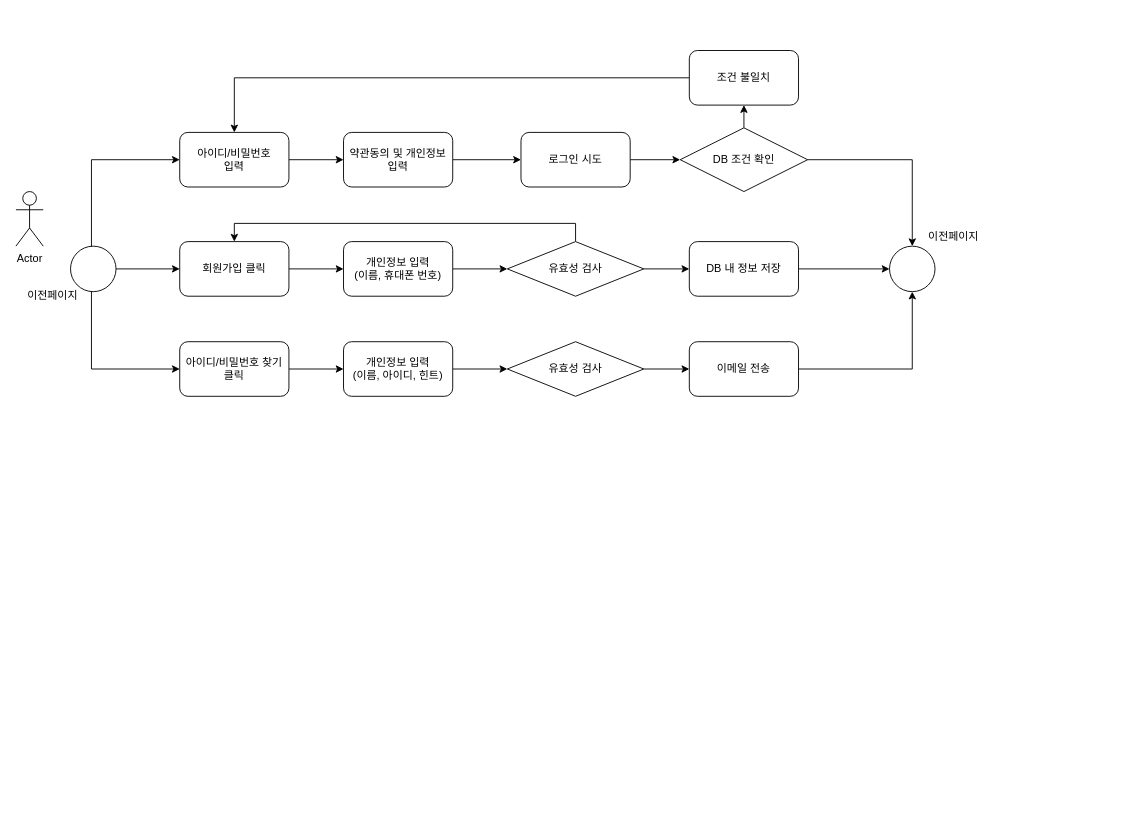
Before: login_diagram.drawio in What-The-Pork/meeting-log, a draw.io diagram. Source tidied: cells renumbered, new cells numbered last; positions are measured from the earlier drawing's top-left corner, leaving out a move shared by most shapes. Both pictures are drawn from the tidied source at 91%, with x=0, y=0 at pixel (15, 50).
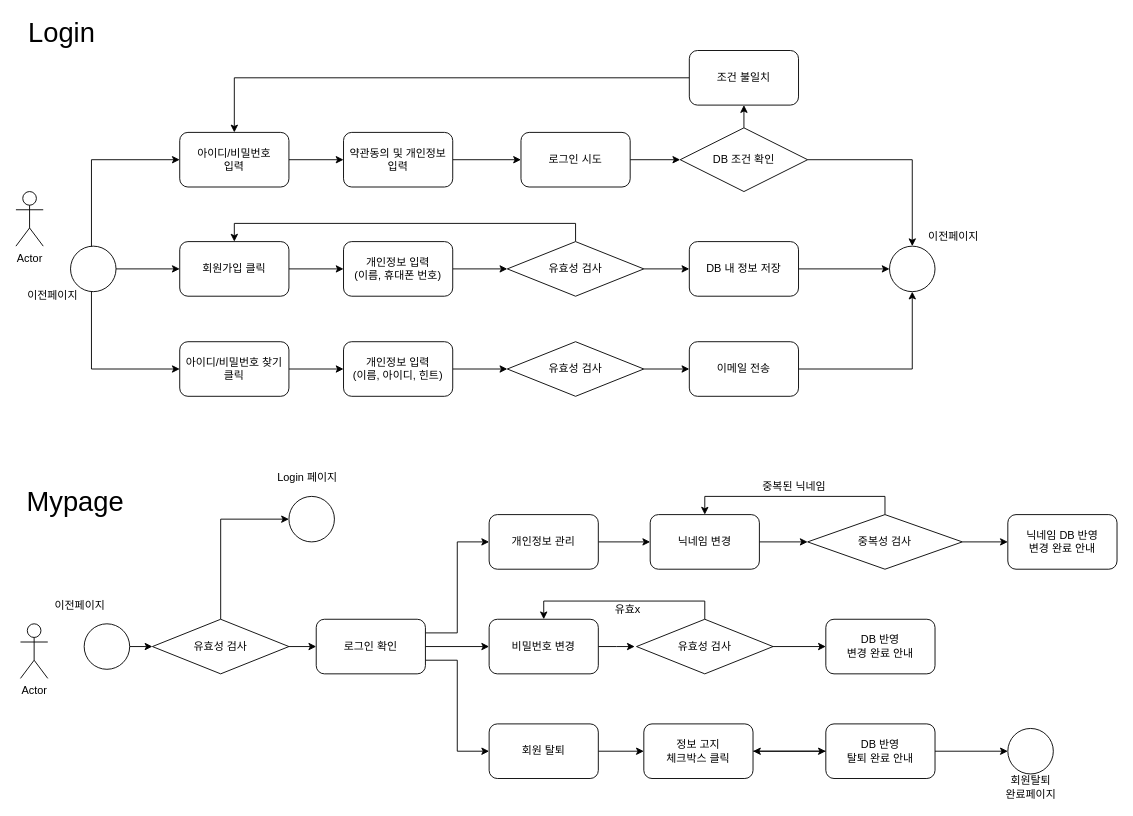
After the change.

Commit message:
login & mypage

What changed in the source:
```diff
@@
+    <mxCell id="38" value="&lt;font style=&quot;font-size: 30px&quot;&gt;Login&lt;/font&gt;" style="text;html=1;align=center;verticalAlign=middle;strokeColor=none;" parent="1" vertex="1">
+      <mxGeometry x="5" y="-35" width="90" height="30" as="geometry" />
+    </mxCell>
+    <mxCell id="39" value="&lt;span style=&quot;font-size: 30px&quot;&gt;Mypage&lt;/span&gt;" style="text;html=1;align=center;verticalAlign=middle;strokeColor=none;" parent="1" vertex="1">
+      <mxGeometry x="5" y="480" width="120" height="30" as="geometry" />
+    </mxCell>
+    <mxCell id="40" value="Actor" style="shape=umlActor;verticalLabelPosition=bottom;verticalAlign=top;html=1;" parent="1" vertex="1">
+      <mxGeometry x="5" y="630" width="30" height="60" as="geometry" />
+    </mxCell>
+    <mxCell id="41" style="edgeStyle=orthogonalEdgeStyle;rounded=0;jettySize=auto;html=1;exitX=1;exitY=0.5;exitDx=0;exitDy=0;entryX=0;entryY=0.5;entryDx=0;entryDy=0;" parent="1" edge="1" source="42" target="47">
+      <mxGeometry relative="1" as="geometry" />
+    </mxCell>
+    <mxCell id="42" style="ellipse;whiteSpace=wrap;html=1;" parent="1" vertex="1">
+      <mxGeometry x="75" y="630" width="50" height="50" as="geometry" />
+    </mxCell>
+    <mxCell id="43" style="edgeStyle=orthogonalEdgeStyle;rounded=0;jettySize=auto;html=1;exitX=1;exitY=0.5;exitDx=0;exitDy=0;entryX=0;entryY=0.5;entryDx=0;entryDy=0;" parent="1" edge="1" source="44" target="60">
+      <mxGeometry relative="1" as="geometry" />
+    </mxCell>
+    <mxCell id="44" value="개인정보 관리" style="rounded=1;whiteSpace=wrap;html=1;" parent="1" vertex="1">
+      <mxGeometry x="520" y="510" width="120" height="60" as="geometry" />
+    </mxCell>
+    <mxCell id="45" style="edgeStyle=orthogonalEdgeStyle;rounded=0;jettySize=auto;html=1;exitX=0.5;exitY=0;exitDx=0;exitDy=0;entryX=0;entryY=0.5;entryDx=0;entryDy=0;" parent="1" edge="1" source="47" target="48">
+      <mxGeometry relative="1" as="geometry" />
+    </mxCell>
+    <mxCell id="46" style="edgeStyle=orthogonalEdgeStyle;rounded=0;jettySize=auto;html=1;exitX=1;exitY=0.5;exitDx=0;exitDy=0;entryX=0;entryY=0.5;entryDx=0;entryDy=0;" parent="1" edge="1" source="47" target="56">
+      <mxGeometry relative="1" as="geometry" />
+    </mxCell>
+    <mxCell id="47" value="유효성 검사" style="rhombus;whiteSpace=wrap;html=1;" parent="1" vertex="1">
+      <mxGeometry x="150" y="625" width="150" height="60" as="geometry" />
+    </mxCell>
+    <mxCell id="48" style="ellipse;whiteSpace=wrap;html=1;" parent="1" vertex="1">
+      <mxGeometry x="300" y="490" width="50" height="50" as="geometry" />
+    </mxCell>
+    <mxCell id="49" style="edgeStyle=orthogonalEdgeStyle;rounded=0;jettySize=auto;html=1;exitX=1;exitY=0.5;exitDx=0;exitDy=0;" parent="1" edge="1" source="50">
+      <mxGeometry relative="1" as="geometry">
+        <mxPoint x="680" y="655" as="targetPoint" />
+      </mxGeometry>
+    </mxCell>
+    <mxCell id="50" value="비밀번호 변경" style="rounded=1;whiteSpace=wrap;html=1;" parent="1" vertex="1">
+      <mxGeometry x="520" y="625" width="120" height="60" as="geometry" />
+    </mxCell>
+    <mxCell id="51" style="edgeStyle=orthogonalEdgeStyle;rounded=0;jettySize=auto;html=1;exitX=1;exitY=0.5;exitDx=0;exitDy=0;entryX=0;entryY=0.5;entryDx=0;entryDy=0;" parent="1" edge="1" source="52" target="68">
+      <mxGeometry relative="1" as="geometry" />
+    </mxCell>
+    <mxCell id="52" value="회원 탈퇴" style="rounded=1;whiteSpace=wrap;html=1;" parent="1" vertex="1">
+      <mxGeometry x="520" y="740" width="120" height="60" as="geometry" />
+    </mxCell>
+    <mxCell id="53" style="edgeStyle=orthogonalEdgeStyle;rounded=0;jettySize=auto;html=1;exitX=1;exitY=0.25;exitDx=0;exitDy=0;entryX=0;entryY=0.5;entryDx=0;entryDy=0;" parent="1" edge="1" source="56" target="44">
+      <mxGeometry relative="1" as="geometry" />
+    </mxCell>
+    <mxCell id="54" style="edgeStyle=orthogonalEdgeStyle;rounded=0;jettySize=auto;html=1;exitX=1;exitY=0.5;exitDx=0;exitDy=0;entryX=0;entryY=0.5;entryDx=0;entryDy=0;" parent="1" edge="1" source="56" target="50">
+      <mxGeometry relative="1" as="geometry" />
+    </mxCell>
+    <mxCell id="55" style="edgeStyle=orthogonalEdgeStyle;rounded=0;jettySize=auto;html=1;exitX=1;exitY=0.75;exitDx=0;exitDy=0;entryX=0;entryY=0.5;entryDx=0;entryDy=0;" parent="1" edge="1" source="56" target="52">
+      <mxGeometry relative="1" as="geometry" />
+    </mxCell>
+    <mxCell id="56" value="로그인 확인" style="rounded=1;whiteSpace=wrap;html=1;" parent="1" vertex="1">
+      <mxGeometry x="330" y="625" width="120" height="60" as="geometry" />
+    </mxCell>
+    <mxCell id="57" value="이전페이지" style="text;html=1;align=center;verticalAlign=middle;strokeColor=none;" parent="1" vertex="1">
+      <mxGeometry x="30" y="600" width="80" height="20" as="geometry" />
+    </mxCell>
+    <mxCell id="58" value="Login 페이지" style="text;html=1;align=center;verticalAlign=middle;strokeColor=none;" parent="1" vertex="1">
+      <mxGeometry x="280" y="460" width="80" height="20" as="geometry" />
+    </mxCell>
+    <mxCell id="59" style="edgeStyle=orthogonalEdgeStyle;rounded=0;jettySize=auto;html=1;exitX=1;exitY=0.5;exitDx=0;exitDy=0;entryX=0;entryY=0.5;entryDx=0;entryDy=0;" parent="1" edge="1" source="60" target="66">
+      <mxGeometry relative="1" as="geometry" />
+    </mxCell>
+    <mxCell id="60" value="닉네임 변경" style="rounded=1;whiteSpace=wrap;html=1;" parent="1" vertex="1">
+      <mxGeometry x="697" y="510" width="120" height="60" as="geometry" />
+    </mxCell>
+    <mxCell id="61" style="edgeStyle=orthogonalEdgeStyle;rounded=0;jettySize=auto;html=1;exitX=0.5;exitY=0;exitDx=0;exitDy=0;entryX=0.5;entryY=0;entryDx=0;entryDy=0;" parent="1" edge="1" source="63" target="50">
+      <mxGeometry relative="1" as="geometry" />
+    </mxCell>
+    <mxCell id="62" style="edgeStyle=orthogonalEdgeStyle;rounded=0;jettySize=auto;html=1;exitX=1;exitY=0.5;exitDx=0;exitDy=0;entryX=0;entryY=0.5;entryDx=0;entryDy=0;" parent="1" edge="1" source="63" target="72">
+      <mxGeometry relative="1" as="geometry" />
+    </mxCell>
+    <mxCell id="63" value="유효성 검사" style="rhombus;whiteSpace=wrap;html=1;" parent="1" vertex="1">
+      <mxGeometry x="682" y="625" width="150" height="60" as="geometry" />
+    </mxCell>
+    <mxCell id="64" style="edgeStyle=orthogonalEdgeStyle;rounded=0;jettySize=auto;html=1;exitX=0.5;exitY=0;exitDx=0;exitDy=0;entryX=0.5;entryY=0;entryDx=0;entryDy=0;" parent="1" edge="1" source="66" target="60">
+      <mxGeometry relative="1" as="geometry" />
+    </mxCell>
+    <mxCell id="65" style="edgeStyle=orthogonalEdgeStyle;rounded=0;jettySize=auto;html=1;exitX=1;exitY=0.5;exitDx=0;exitDy=0;entryX=0;entryY=0.5;entryDx=0;entryDy=0;" parent="1" edge="1" source="66" target="77">
+      <mxGeometry relative="1" as="geometry" />
+    </mxCell>
+    <mxCell id="66" value="중복성 검사" style="rhombus;whiteSpace=wrap;html=1;" parent="1" vertex="1">
+      <mxGeometry x="870" y="510" width="170" height="60" as="geometry" />
+    </mxCell>
+    <mxCell id="67" style="edgeStyle=orthogonalEdgeStyle;rounded=0;jettySize=auto;html=1;exitX=1;exitY=0.5;exitDx=0;exitDy=0;entryX=0;entryY=0.5;entryDx=0;entryDy=0;" parent="1" edge="1" source="68" target="76">
+      <mxGeometry relative="1" as="geometry" />
+    </mxCell>
+    <mxCell id="68" value="정보 고지&lt;br&gt;체크박스 클릭" style="rounded=1;whiteSpace=wrap;html=1;" parent="1" vertex="1">
+      <mxGeometry x="690" y="740" width="120" height="60" as="geometry" />
+    </mxCell>
+    <mxCell id="69" style="ellipse;whiteSpace=wrap;html=1;" parent="1" vertex="1">
+      <mxGeometry x="1090" y="745" width="50" height="50" as="geometry" />
+    </mxCell>
+    <mxCell id="70" value="회원탈퇴&lt;br&gt;완료페이지" style="text;html=1;align=center;verticalAlign=middle;strokeColor=none;" parent="1" vertex="1">
+      <mxGeometry x="1075" y="795" width="80" height="30" as="geometry" />
+    </mxCell>
+    <mxCell id="71" value="유효x" style="text;html=1;align=center;verticalAlign=middle;strokeColor=none;" parent="1" vertex="1">
+      <mxGeometry x="647" y="605" width="50" height="20" as="geometry" />
+    </mxCell>
+    <mxCell id="72" value="DB 반영&lt;br&gt;변경 완료 안내" style="rounded=1;whiteSpace=wrap;html=1;" parent="1" vertex="1">
+      <mxGeometry x="890" y="625" width="120" height="60" as="geometry" />
+    </mxCell>
+    <mxCell id="73" value="중복된 닉네임" style="text;html=1;align=center;verticalAlign=middle;strokeColor=none;" parent="1" vertex="1">
+      <mxGeometry x="810" y="470" width="90" height="20" as="geometry" />
+    </mxCell>
+    <mxCell id="74" style="edgeStyle=orthogonalEdgeStyle;rounded=0;jettySize=auto;html=1;" parent="1" edge="1" source="76" target="68">
+      <mxGeometry relative="1" as="geometry" />
+    </mxCell>
+    <mxCell id="75" style="edgeStyle=orthogonalEdgeStyle;rounded=0;jettySize=auto;html=1;exitX=1;exitY=0.5;exitDx=0;exitDy=0;entryX=0;entryY=0.5;entryDx=0;entryDy=0;" parent="1" edge="1" source="76" target="69">
+      <mxGeometry relative="1" as="geometry" />
+    </mxCell>
+    <mxCell id="76" value="DB 반영&lt;br&gt;탈퇴 완료 안내" style="rounded=1;whiteSpace=wrap;html=1;" parent="1" vertex="1">
+      <mxGeometry x="890" y="740" width="120" height="60" as="geometry" />
+    </mxCell>
+    <mxCell id="77" value="닉네임 DB 반영&lt;br&gt;변경 완료 안내" style="rounded=1;whiteSpace=wrap;html=1;" parent="1" vertex="1">
+      <mxGeometry x="1090" y="510" width="120" height="60" as="geometry" />
+    </mxCell>
```
